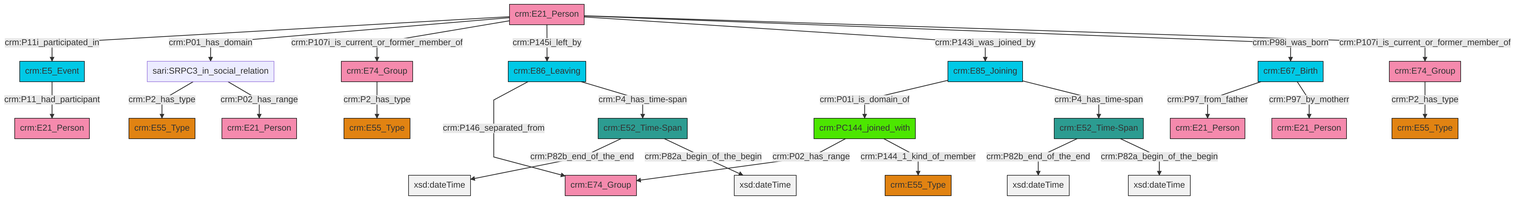
This is et/personCSV/ttl/mmd/png/Person_Actor_Relations.png from swiss-art-research-net/reference-data-models, a Mermaid export, as it was before one commit. Its source is kept beside it as et/personCSV/ttl/mmd/Person_Actor_Relations.ttl.mmd.
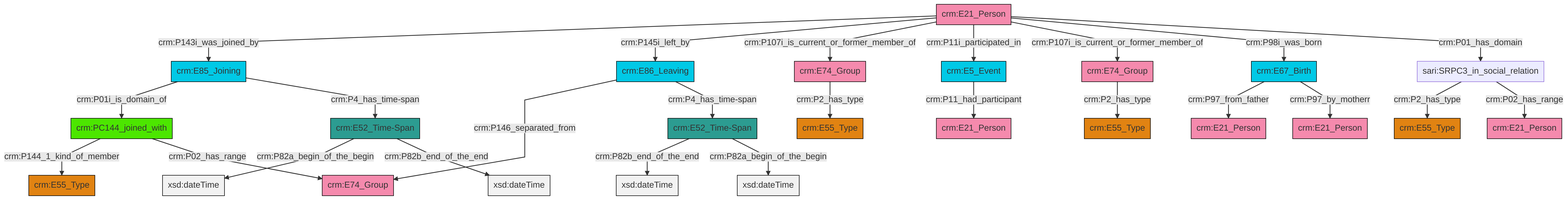
After the commit.

What changed in the source:
```diff
@@ -13,27 +13,27 @@
 classDef PC_Classes fill:#4ce600, stroke:#000000;
 classDef Multi fill:#cccccc,stroke:#000000;
 
-0["crm:E74_Group"]:::Actor -->|crm:P2_has_type| 1["crm:E55_Type"]:::Type
-9["crm:E21_Person"]:::Actor -->|crm:P11i_participated_in| 10["crm:E5_Event"]:::Temporal_Entity
-11["crm:E85_Joining"]:::Temporal_Entity -->|crm:P01i_is_domain_of| 12["crm:PC144_joined_with"]:::PC_Classes
-12["crm:PC144_joined_with"]:::PC_Classes -->|crm:P02_has_range| 16["crm:E74_Group"]:::Actor
-19["sari:SRPC3_in_social_relation"]:::Default -->|crm:P2_has_type| 20["crm:E55_Type"]:::Type
-12["crm:PC144_joined_with"]:::PC_Classes -->|crm:P144_1_kind_of_member| 7["crm:E55_Type"]:::Type
-21["crm:E52_Time-Span"]:::Time-Span -->|crm:P82b_end_of_the_end| 22[xsd:dateTime]:::Literal
-9["crm:E21_Person"]:::Actor -->|crm:P01_has_domain| 19["sari:SRPC3_in_social_relation"]:::Default
-29["crm:E67_Birth"]:::Temporal_Entity -->|crm:P97_from_father| 2["crm:E21_Person"]:::Actor
-9["crm:E21_Person"]:::Actor -->|crm:P107i_is_current_or_former_member_of| 0["crm:E74_Group"]:::Actor
-23["crm:E52_Time-Span"]:::Time-Span -->|crm:P82b_end_of_the_end| 33[xsd:dateTime]:::Literal
-34["crm:E74_Group"]:::Actor -->|crm:P2_has_type| 5["crm:E55_Type"]:::Type
-21["crm:E52_Time-Span"]:::Time-Span -->|crm:P82a_begin_of_the_begin| 35[xsd:dateTime]:::Literal
-9["crm:E21_Person"]:::Actor -->|crm:P145i_left_by| 17["crm:E86_Leaving"]:::Temporal_Entity
-9["crm:E21_Person"]:::Actor -->|crm:P143i_was_joined_by| 11["crm:E85_Joining"]:::Temporal_Entity
-29["crm:E67_Birth"]:::Temporal_Entity -->|crm:P97_by_motherr| 36["crm:E21_Person"]:::Actor
-10["crm:E5_Event"]:::Temporal_Entity -->|crm:P11_had_participant| 37["crm:E21_Person"]:::Actor
-9["crm:E21_Person"]:::Actor -->|crm:P98i_was_born| 29["crm:E67_Birth"]:::Temporal_Entity
-11["crm:E85_Joining"]:::Temporal_Entity -->|crm:P4_has_time-span| 23["crm:E52_Time-Span"]:::Time-Span
-19["sari:SRPC3_in_social_relation"]:::Default -->|crm:P02_has_range| 14["crm:E21_Person"]:::Actor
-17["crm:E86_Leaving"]:::Temporal_Entity -->|crm:P146_separated_from| 16["crm:E74_Group"]:::Actor
-17["crm:E86_Leaving"]:::Temporal_Entity -->|crm:P4_has_time-span| 21["crm:E52_Time-Span"]:::Time-Span
-23["crm:E52_Time-Span"]:::Time-Span -->|crm:P82a_begin_of_the_begin| 46[xsd:dateTime]:::Literal
-9["crm:E21_Person"]:::Actor -->|crm:P107i_is_current_or_former_member_of| 34["crm:E74_Group"]:::Actor
+0["crm:E21_Person"]:::Actor -->|crm:P143i_was_joined_by| 1["crm:E85_Joining"]:::Temporal_Entity
+2["crm:E52_Time-Span"]:::Time-Span -->|crm:P82b_end_of_the_end| 8[xsd:dateTime]:::Literal
+11["crm:E5_Event"]:::Temporal_Entity -->|crm:P11_had_participant| 12["crm:E21_Person"]:::Actor
+0["crm:E21_Person"]:::Actor -->|crm:P145i_left_by| 18["crm:E86_Leaving"]:::Temporal_Entity
+6["sari:SRPC3_in_social_relation"]:::Default -->|crm:P2_has_type| 24["crm:E55_Type"]:::Type
+22["crm:E67_Birth"]:::Temporal_Entity -->|crm:P97_from_father| 20["crm:E21_Person"]:::Actor
+1["crm:E85_Joining"]:::Temporal_Entity -->|crm:P01i_is_domain_of| 27["crm:PC144_joined_with"]:::PC_Classes
+0["crm:E21_Person"]:::Actor -->|crm:P107i_is_current_or_former_member_of| 14["crm:E74_Group"]:::Actor
+27["crm:PC144_joined_with"]:::PC_Classes -->|crm:P144_1_kind_of_member| 9["crm:E55_Type"]:::Type
+27["crm:PC144_joined_with"]:::PC_Classes -->|crm:P02_has_range| 33["crm:E74_Group"]:::Actor
+2["crm:E52_Time-Span"]:::Time-Span -->|crm:P82a_begin_of_the_begin| 34[xsd:dateTime]:::Literal
+4["crm:E74_Group"]:::Actor -->|crm:P2_has_type| 16["crm:E55_Type"]:::Type
+18["crm:E86_Leaving"]:::Temporal_Entity -->|crm:P146_separated_from| 33["crm:E74_Group"]:::Actor
+6["sari:SRPC3_in_social_relation"]:::Default -->|crm:P02_has_range| 39["crm:E21_Person"]:::Actor
+0["crm:E21_Person"]:::Actor -->|crm:P11i_participated_in| 11["crm:E5_Event"]:::Temporal_Entity
+18["crm:E86_Leaving"]:::Temporal_Entity -->|crm:P4_has_time-span| 2["crm:E52_Time-Span"]:::Time-Span
+0["crm:E21_Person"]:::Actor -->|crm:P107i_is_current_or_former_member_of| 4["crm:E74_Group"]:::Actor
+14["crm:E74_Group"]:::Actor -->|crm:P2_has_type| 36["crm:E55_Type"]:::Type
+22["crm:E67_Birth"]:::Temporal_Entity -->|crm:P97_by_motherr| 31["crm:E21_Person"]:::Actor
+0["crm:E21_Person"]:::Actor -->|crm:P98i_was_born| 22["crm:E67_Birth"]:::Temporal_Entity
+0["crm:E21_Person"]:::Actor -->|crm:P01_has_domain| 6["sari:SRPC3_in_social_relation"]:::Default
+41["crm:E52_Time-Span"]:::Time-Span -->|crm:P82a_begin_of_the_begin| 45[xsd:dateTime]:::Literal
+41["crm:E52_Time-Span"]:::Time-Span -->|crm:P82b_end_of_the_end| 46[xsd:dateTime]:::Literal
+1["crm:E85_Joining"]:::Temporal_Entity -->|crm:P4_has_time-span| 41["crm:E52_Time-Span"]:::Time-Span
```
